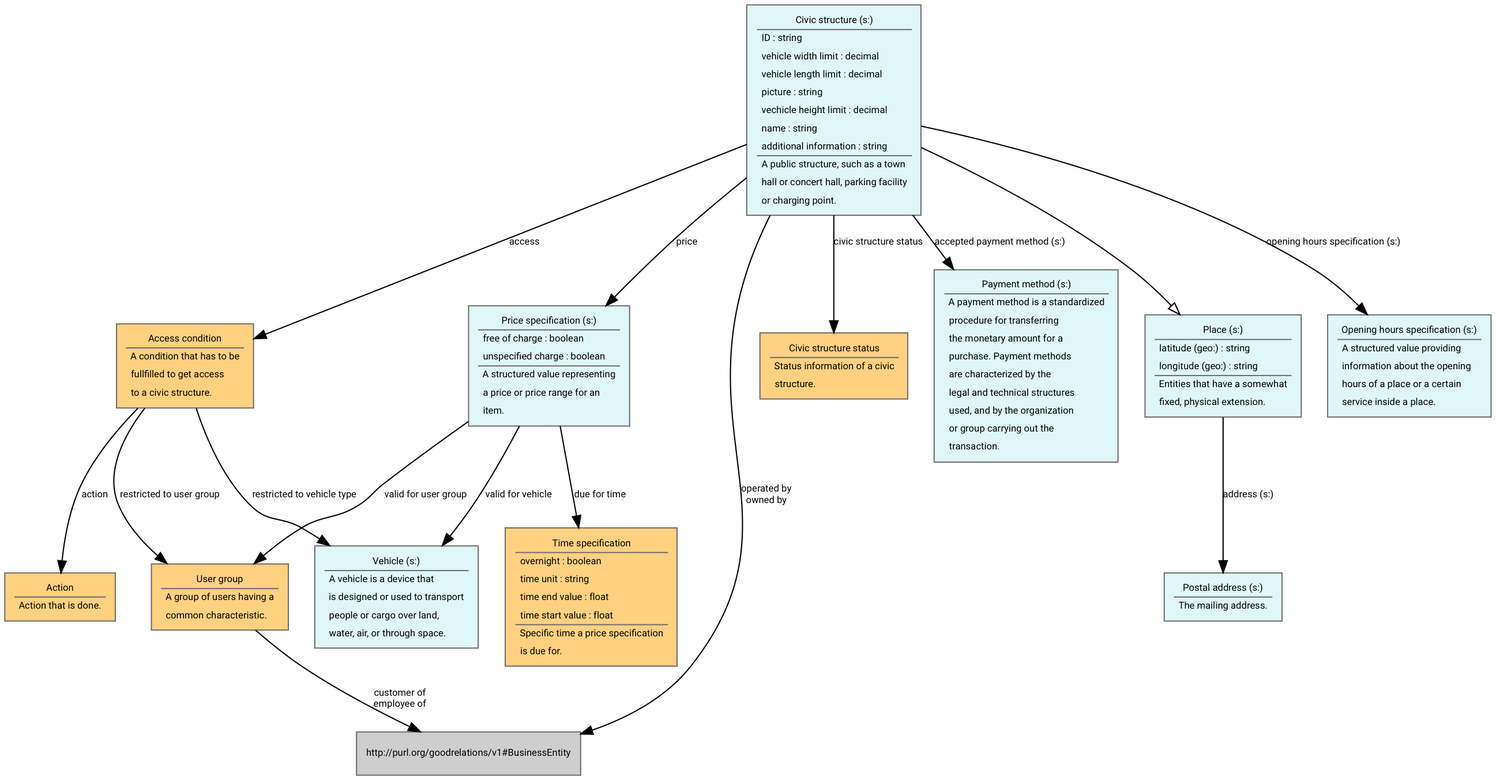
The Graphviz diagram diagrams/index.ttl.dot.png in vocol/mobivoc, before a commit. Its source is kept beside it as diagrams/index.ttl.dot.
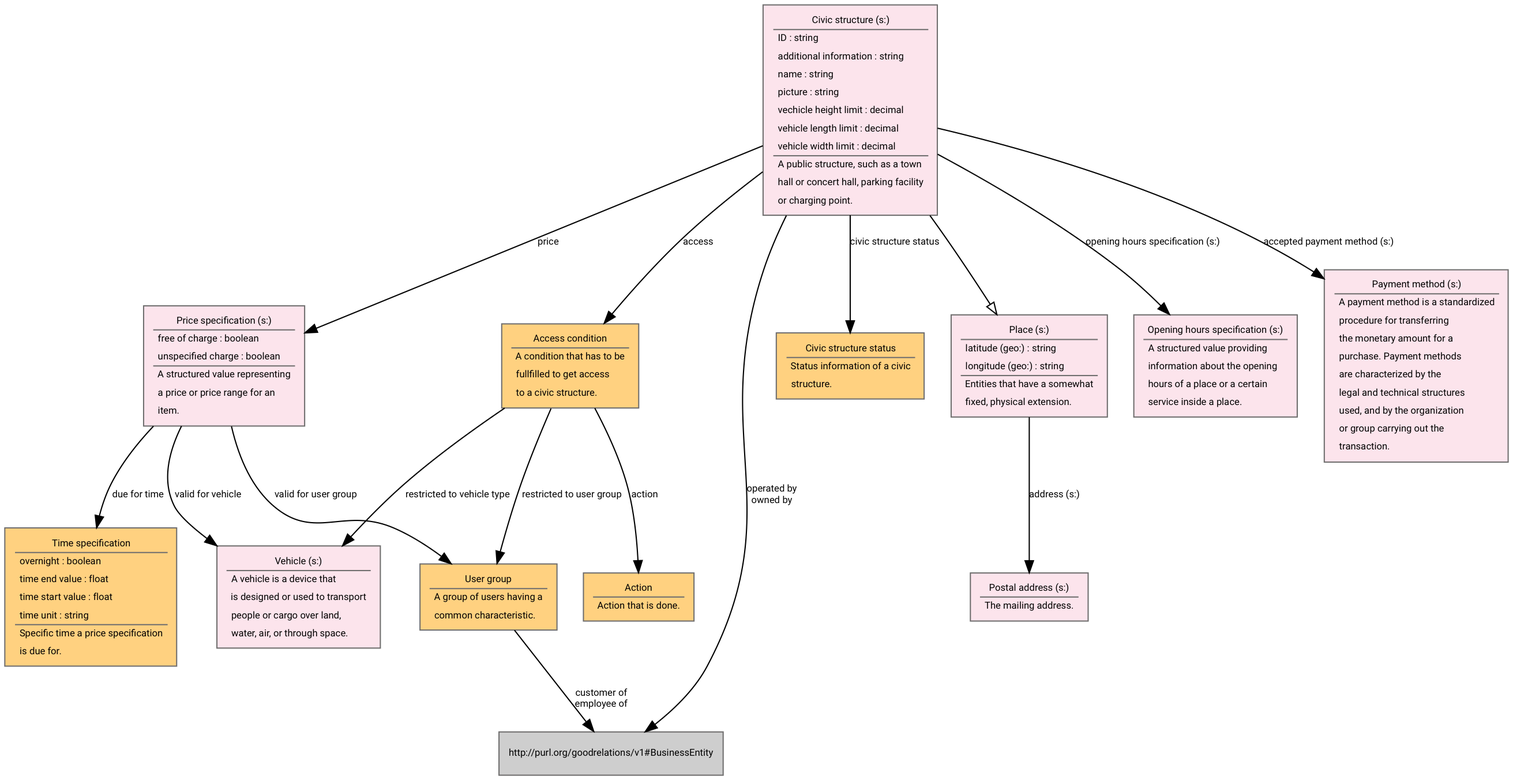
After the change.

Diff of the diagram source:
```diff
@@ -24,33 +24,33 @@
                 fontname = "Roboto"
                 fontsize = 8
         ]
+"http://schema.org/PriceSpecification" [fillcolor="#FCE4EC" fontcolor= "#000000", label=<<TABLE border="0"><TR><TD ALIGN="CENTER" HREF="http://schema.org/PriceSpecification">Price specification (s:)</TD></TR><HR/><TR><TD ALIGN="LEFT" HREF="http://schema.mobivoc.org/freeOfCharge">free of charge : boolean</TD></TR><TR><TD ALIGN="LEFT" HREF="http://schema.mobivoc.org/unspecifiedCharge">unspecified charge : boolean</TD></TR><HR/><TR><TD ALIGN="LEFT">A structured value representing</TD></TR><TR><TD ALIGN="LEFT">a price or price range for an</TD></TR><TR><TD ALIGN="LEFT">item.</TD></TR></TABLE>>]
+"http://schema.org/Vehicle" [fillcolor="#FCE4EC" fontcolor= "#000000", label=<<TABLE border="0"><TR><TD ALIGN="CENTER" HREF="http://schema.org/Vehicle">Vehicle (s:)</TD></TR><HR/><TR><TD ALIGN="LEFT">A vehicle is a device that</TD></TR><TR><TD ALIGN="LEFT">is designed or used to transport</TD></TR><TR><TD ALIGN="LEFT">people or cargo over land,</TD></TR><TR><TD ALIGN="LEFT">water, air, or through space.</TD></TR></TABLE>>]
+"http://schema.mobivoc.org/CivicStructureStatus" [fillcolor="#FFD180" fontcolor= "#000000", label=<<TABLE border="0"><TR><TD ALIGN="CENTER" HREF="http://schema.mobivoc.org/CivicStructureStatus">Civic structure status</TD></TR><HR/><TR><TD ALIGN="LEFT">Status information of a civic</TD></TR><TR><TD ALIGN="LEFT">structure.</TD></TR></TABLE>>]
+"http://schema.org/Place" [fillcolor="#FCE4EC" fontcolor= "#000000", label=<<TABLE border="0"><TR><TD ALIGN="CENTER" HREF="http://schema.org/Place">Place (s:)</TD></TR><HR/><TR><TD ALIGN="LEFT" HREF="http://www.w3.org/2003/01/geo/wgs84_pos#lat">latitude (geo:) : string</TD></TR><TR><TD ALIGN="LEFT" HREF="http://www.w3.org/2003/01/geo/wgs84_pos#long">longitude (geo:) : string</TD></TR><HR/><TR><TD ALIGN="LEFT">Entities that have a somewhat</TD></TR><TR><TD ALIGN="LEFT">fixed, physical extension.</TD></TR></TABLE>>]
+"http://schema.mobivoc.org/UserGroup" [fillcolor="#FFD180" fontcolor= "#000000", label=<<TABLE border="0"><TR><TD ALIGN="CENTER" HREF="http://schema.mobivoc.org/UserGroup">User group</TD></TR><HR/><TR><TD ALIGN="LEFT">A group of users having a</TD></TR><TR><TD ALIGN="LEFT">common characteristic.</TD></TR></TABLE>>]
+"http://schema.mobivoc.org/Action" [fillcolor="#FFD180" fontcolor= "#000000", label=<<TABLE border="0"><TR><TD ALIGN="CENTER" HREF="http://schema.mobivoc.org/Action">Action</TD></TR><HR/><TR><TD ALIGN="LEFT">Action that is done.</TD></TR></TABLE>>]
+"http://schema.org/OpeningHoursSpecification" [fillcolor="#FCE4EC" fontcolor= "#000000", label=<<TABLE border="0"><TR><TD ALIGN="CENTER" HREF="http://schema.org/OpeningHoursSpecification">Opening hours specification (s:)</TD></TR><HR/><TR><TD ALIGN="LEFT">A structured value providing</TD></TR><TR><TD ALIGN="LEFT">information about the opening</TD></TR><TR><TD ALIGN="LEFT">hours of a place or a certain</TD></TR><TR><TD ALIGN="LEFT">service inside a place.</TD></TR></TABLE>>]
 "http://schema.mobivoc.org/AccessCondition" [fillcolor="#FFD180" fontcolor= "#000000", label=<<TABLE border="0"><TR><TD ALIGN="CENTER" HREF="http://schema.mobivoc.org/AccessCondition">Access condition</TD></TR><HR/><TR><TD ALIGN="LEFT">A condition that has to be</TD></TR><TR><TD ALIGN="LEFT">fullfilled to get access</TD></TR><TR><TD ALIGN="LEFT">to a civic structure.</TD></TR></TABLE>>]
-"http://schema.mobivoc.org/Action" [fillcolor="#FFD180" fontcolor= "#000000", label=<<TABLE border="0"><TR><TD ALIGN="CENTER" HREF="http://schema.mobivoc.org/Action">Action</TD></TR><HR/><TR><TD ALIGN="LEFT">Action that is done.</TD></TR></TABLE>>]
-"http://schema.mobivoc.org/UserGroup" [fillcolor="#FFD180" fontcolor= "#000000", label=<<TABLE border="0"><TR><TD ALIGN="CENTER" HREF="http://schema.mobivoc.org/UserGroup">User group</TD></TR><HR/><TR><TD ALIGN="LEFT">A group of users having a</TD></TR><TR><TD ALIGN="LEFT">common characteristic.</TD></TR></TABLE>>]
-"http://schema.mobivoc.org/TimeSpecification" [fillcolor="#FFD180" fontcolor= "#000000", label=<<TABLE border="0"><TR><TD ALIGN="CENTER" HREF="http://schema.mobivoc.org/TimeSpecification">Time specification</TD></TR><HR/><TR><TD ALIGN="LEFT" HREF="http://schema.mobivoc.org/overnight">overnight : boolean</TD></TR><TR><TD ALIGN="LEFT" HREF="http://schema.mobivoc.org/timeUnit">time unit : string</TD></TR><TR><TD ALIGN="LEFT" HREF="http://schema.mobivoc.org/timeEndValue">time end value : float</TD></TR><TR><TD ALIGN="LEFT" HREF="http://schema.mobivoc.org/timeStartValue">time start value : float</TD></TR><HR/><TR><TD ALIGN="LEFT">Specific time a price specification</TD></TR><TR><TD ALIGN="LEFT">is due for.</TD></TR></TABLE>>]
-"http://schema.org/CivicStructure" [fillcolor="#E0F7FA" fontcolor= "#000000", label=<<TABLE border="0"><TR><TD ALIGN="CENTER" HREF="http://schema.org/CivicStructure">Civic structure (s:)</TD></TR><HR/><TR><TD ALIGN="LEFT" HREF="http://schema.mobivoc.org/id">ID : string</TD></TR><TR><TD ALIGN="LEFT" HREF="http://schema.mobivoc.org/vehicleWidthLimitInM">vehicle width limit : decimal</TD></TR><TR><TD ALIGN="LEFT" HREF="http://schema.mobivoc.org/vehicleLengthLimitInM">vehicle length limit : decimal</TD></TR><TR><TD ALIGN="LEFT" HREF="http://schema.mobivoc.org/picture">picture : string</TD></TR><TR><TD ALIGN="LEFT" HREF="http://schema.mobivoc.org/vehicleHeightLimitInM">vechicle height limit : decimal</TD></TR><TR><TD ALIGN="LEFT" HREF="http://schema.mobivoc.org/name">name : string</TD></TR><TR><TD ALIGN="LEFT" HREF="http://schema.mobivoc.org/additionalInformation">additional information : string</TD></TR><HR/><TR><TD ALIGN="LEFT">A public structure, such as a town</TD></TR><TR><TD ALIGN="LEFT">hall or concert hall, parking facility</TD></TR><TR><TD ALIGN="LEFT">or charging point.</TD></TR></TABLE>>]
-"http://schema.mobivoc.org/CivicStructureStatus" [fillcolor="#FFD180" fontcolor= "#000000", label=<<TABLE border="0"><TR><TD ALIGN="CENTER" HREF="http://schema.mobivoc.org/CivicStructureStatus">Civic structure status</TD></TR><HR/><TR><TD ALIGN="LEFT">Status information of a civic</TD></TR><TR><TD ALIGN="LEFT">structure.</TD></TR></TABLE>>]
-"http://schema.org/Vehicle" [fillcolor="#E0F7FA" fontcolor= "#000000", label=<<TABLE border="0"><TR><TD ALIGN="CENTER" HREF="http://schema.org/Vehicle">Vehicle (s:)</TD></TR><HR/><TR><TD ALIGN="LEFT">A vehicle is a device that</TD></TR><TR><TD ALIGN="LEFT">is designed or used to transport</TD></TR><TR><TD ALIGN="LEFT">people or cargo over land,</TD></TR><TR><TD ALIGN="LEFT">water, air, or through space.</TD></TR></TABLE>>]
-"http://schema.org/PaymentMethod" [fillcolor="#E0F7FA" fontcolor= "#000000", label=<<TABLE border="0"><TR><TD ALIGN="CENTER" HREF="http://schema.org/PaymentMethod">Payment method (s:)</TD></TR><HR/><TR><TD ALIGN="LEFT">A payment method is a standardized</TD></TR><TR><TD ALIGN="LEFT">procedure for transferring</TD></TR><TR><TD ALIGN="LEFT">the monetary amount for a</TD></TR><TR><TD ALIGN="LEFT">purchase. Payment methods</TD></TR><TR><TD ALIGN="LEFT">are characterized by the</TD></TR><TR><TD ALIGN="LEFT">legal and technical structures</TD></TR><TR><TD ALIGN="LEFT">used, and by the organization</TD></TR><TR><TD ALIGN="LEFT">or group carrying out the</TD></TR><TR><TD ALIGN="LEFT">transaction.</TD></TR></TABLE>>]
-"http://schema.org/Place" [fillcolor="#E0F7FA" fontcolor= "#000000", label=<<TABLE border="0"><TR><TD ALIGN="CENTER" HREF="http://schema.org/Place">Place (s:)</TD></TR><HR/><TR><TD ALIGN="LEFT" HREF="http://www.w3.org/2003/01/geo/wgs84_pos#lat">latitude (geo:) : string</TD></TR><TR><TD ALIGN="LEFT" HREF="http://www.w3.org/2003/01/geo/wgs84_pos#long">longitude (geo:) : string</TD></TR><HR/><TR><TD ALIGN="LEFT">Entities that have a somewhat</TD></TR><TR><TD ALIGN="LEFT">fixed, physical extension.</TD></TR></TABLE>>]
-"http://schema.org/OpeningHoursSpecification" [fillcolor="#E0F7FA" fontcolor= "#000000", label=<<TABLE border="0"><TR><TD ALIGN="CENTER" HREF="http://schema.org/OpeningHoursSpecification">Opening hours specification (s:)</TD></TR><HR/><TR><TD ALIGN="LEFT">A structured value providing</TD></TR><TR><TD ALIGN="LEFT">information about the opening</TD></TR><TR><TD ALIGN="LEFT">hours of a place or a certain</TD></TR><TR><TD ALIGN="LEFT">service inside a place.</TD></TR></TABLE>>]
-"http://schema.org/PriceSpecification" [fillcolor="#E0F7FA" fontcolor= "#000000", label=<<TABLE border="0"><TR><TD ALIGN="CENTER" HREF="http://schema.org/PriceSpecification">Price specification (s:)</TD></TR><HR/><TR><TD ALIGN="LEFT" HREF="http://schema.mobivoc.org/freeOfCharge">free of charge : boolean</TD></TR><TR><TD ALIGN="LEFT" HREF="http://schema.mobivoc.org/unspecifiedCharge">unspecified charge : boolean</TD></TR><HR/><TR><TD ALIGN="LEFT">A structured value representing</TD></TR><TR><TD ALIGN="LEFT">a price or price range for an</TD></TR><TR><TD ALIGN="LEFT">item.</TD></TR></TABLE>>]
-"http://schema.org/PostalAddress" [fillcolor="#E0F7FA" fontcolor= "#000000", label=<<TABLE border="0"><TR><TD ALIGN="CENTER" HREF="http://schema.org/PostalAddress">Postal address (s:)</TD></TR><HR/><TR><TD ALIGN="LEFT">The mailing address.</TD></TR></TABLE>>]
+"http://schema.org/CivicStructure" [fillcolor="#FCE4EC" fontcolor= "#000000", label=<<TABLE border="0"><TR><TD ALIGN="CENTER" HREF="http://schema.org/CivicStructure">Civic structure (s:)</TD></TR><HR/><TR><TD ALIGN="LEFT" HREF="http://schema.mobivoc.org/id">ID : string</TD></TR><TR><TD ALIGN="LEFT" HREF="http://schema.mobivoc.org/additionalInformation">additional information : string</TD></TR><TR><TD ALIGN="LEFT" HREF="http://schema.mobivoc.org/name">name : string</TD></TR><TR><TD ALIGN="LEFT" HREF="http://schema.mobivoc.org/picture">picture : string</TD></TR><TR><TD ALIGN="LEFT" HREF="http://schema.mobivoc.org/vehicleHeightLimitInM">vechicle height limit : decimal</TD></TR><TR><TD ALIGN="LEFT" HREF="http://schema.mobivoc.org/vehicleLengthLimitInM">vehicle length limit : decimal</TD></TR><TR><TD ALIGN="LEFT" HREF="http://schema.mobivoc.org/vehicleWidthLimitInM">vehicle width limit : decimal</TD></TR><HR/><TR><TD ALIGN="LEFT">A public structure, such as a town</TD></TR><TR><TD ALIGN="LEFT">hall or concert hall, parking facility</TD></TR><TR><TD ALIGN="LEFT">or charging point.</TD></TR></TABLE>>]
+"http://schema.mobivoc.org/TimeSpecification" [fillcolor="#FFD180" fontcolor= "#000000", label=<<TABLE border="0"><TR><TD ALIGN="CENTER" HREF="http://schema.mobivoc.org/TimeSpecification">Time specification</TD></TR><HR/><TR><TD ALIGN="LEFT" HREF="http://schema.mobivoc.org/overnight">overnight : boolean</TD></TR><TR><TD ALIGN="LEFT" HREF="http://schema.mobivoc.org/timeEndValue">time end value : float</TD></TR><TR><TD ALIGN="LEFT" HREF="http://schema.mobivoc.org/timeStartValue">time start value : float</TD></TR><TR><TD ALIGN="LEFT" HREF="http://schema.mobivoc.org/timeUnit">time unit : string</TD></TR><HR/><TR><TD ALIGN="LEFT">Specific time a price specification</TD></TR><TR><TD ALIGN="LEFT">is due for.</TD></TR></TABLE>>]
+"http://schema.org/PaymentMethod" [fillcolor="#FCE4EC" fontcolor= "#000000", label=<<TABLE border="0"><TR><TD ALIGN="CENTER" HREF="http://schema.org/PaymentMethod">Payment method (s:)</TD></TR><HR/><TR><TD ALIGN="LEFT">A payment method is a standardized</TD></TR><TR><TD ALIGN="LEFT">procedure for transferring</TD></TR><TR><TD ALIGN="LEFT">the monetary amount for a</TD></TR><TR><TD ALIGN="LEFT">purchase. Payment methods</TD></TR><TR><TD ALIGN="LEFT">are characterized by the</TD></TR><TR><TD ALIGN="LEFT">legal and technical structures</TD></TR><TR><TD ALIGN="LEFT">used, and by the organization</TD></TR><TR><TD ALIGN="LEFT">or group carrying out the</TD></TR><TR><TD ALIGN="LEFT">transaction.</TD></TR></TABLE>>]
+"http://schema.org/PostalAddress" [fillcolor="#FCE4EC" fontcolor= "#000000", label=<<TABLE border="0"><TR><TD ALIGN="CENTER" HREF="http://schema.org/PostalAddress">Postal address (s:)</TD></TR><HR/><TR><TD ALIGN="LEFT">The mailing address.</TD></TR></TABLE>>]
+"http://schema.mobivoc.org/AccessCondition" -> "http://schema.mobivoc.org/Action" [href="http://schema.mobivoc.org/action", label="action"]
+"http://schema.org/PriceSpecification" -> "http://schema.mobivoc.org/TimeSpecification" [href="http://schema.mobivoc.org/dueForTime", label="due for time"]
+"http://schema.org/CivicStructure" -> "http://schema.mobivoc.org/AccessCondition" [href="http://schema.mobivoc.org/access", label="access"]
+"http://schema.org/CivicStructure" -> "http://schema.org/OpeningHoursSpecification" [href="http://schema.org/openingHoursSpecification", label="opening hours specification (s:)"]
+"http://schema.mobivoc.org/AccessCondition" -> "http://schema.org/Vehicle" [href="http://schema.mobivoc.org/restrictedToVehicleType", label="restricted to vehicle type"]
+"http://schema.mobivoc.org/AccessCondition" -> "http://schema.mobivoc.org/UserGroup" [href="http://schema.mobivoc.org/restrictedToGroup", label="restricted to user group"]
 "http://schema.mobivoc.org/UserGroup" -> "http://purl.org/goodrelations/v1#BusinessEntity" [href="http://schema.mobivoc.org/customerOf", label="customer of
 employee of"]
-"http://schema.mobivoc.org/AccessCondition" -> "http://schema.org/Vehicle" [href="http://schema.mobivoc.org/restrictedToVehicleType", label="restricted to vehicle type"]
-"http://schema.org/PriceSpecification" -> "http://schema.mobivoc.org/UserGroup" [href="http://schema.mobivoc.org/validForGroup", label="valid for user group"]
-"http://schema.org/PriceSpecification" -> "http://schema.mobivoc.org/TimeSpecification" [href="http://schema.mobivoc.org/dueForTime", label="due for time"]
-"http://schema.org/PriceSpecification" -> "http://schema.org/Vehicle" [href="http://schema.mobivoc.org/validForVehicle", label="valid for vehicle"]
+"http://schema.org/CivicStructure" -> "http://schema.mobivoc.org/CivicStructureStatus" [href="http://schema.mobivoc.org/civicStructureStatus", label="civic structure status"]
 "http://schema.org/Place" -> "http://schema.org/PostalAddress" [href="http://schema.org/address", label="address (s:)"]
+"http://schema.org/CivicStructure" -> "http://schema.org/PaymentMethod" [href="http://schema.org/acceptedPaymentMethod", label="accepted payment method (s:)"]
 "http://schema.org/CivicStructure" -> "http://purl.org/goodrelations/v1#BusinessEntity" [href="http://schema.mobivoc.org/operatedBy", label="operated by
 owned by"]
-"http://schema.org/CivicStructure" -> "http://schema.mobivoc.org/AccessCondition" [href="http://schema.mobivoc.org/access", label="access"]
-"http://schema.org/CivicStructure" -> "http://schema.mobivoc.org/CivicStructureStatus" [href="http://schema.mobivoc.org/civicStructureStatus", label="civic structure status"]
+"http://schema.org/PriceSpecification" -> "http://schema.org/Vehicle" [href="http://schema.mobivoc.org/validForVehicle", label="valid for vehicle"]
 "http://schema.org/CivicStructure" -> "http://schema.org/PriceSpecification" [href="http://schema.mobivoc.org/price", label="price"]
-"http://schema.mobivoc.org/AccessCondition" -> "http://schema.mobivoc.org/Action" [href="http://schema.mobivoc.org/action", label="action"]
-"http://schema.org/CivicStructure" -> "http://schema.org/PaymentMethod" [href="http://schema.org/acceptedPaymentMethod", label="accepted payment method (s:)"]
-"http://schema.mobivoc.org/AccessCondition" -> "http://schema.mobivoc.org/UserGroup" [href="http://schema.mobivoc.org/restrictedToGroup", label="restricted to user group"]
-"http://schema.org/CivicStructure" -> "http://schema.org/OpeningHoursSpecification" [href="http://schema.org/openingHoursSpecification", label="opening hours specification (s:)"]
+"http://schema.org/PriceSpecification" -> "http://schema.mobivoc.org/UserGroup" [href="http://schema.mobivoc.org/validForGroup", label="valid for user group"]
 "http://schema.org/CivicStructure" -> "http://schema.org/Place" [arrowhead = "empty"]
 }
```
